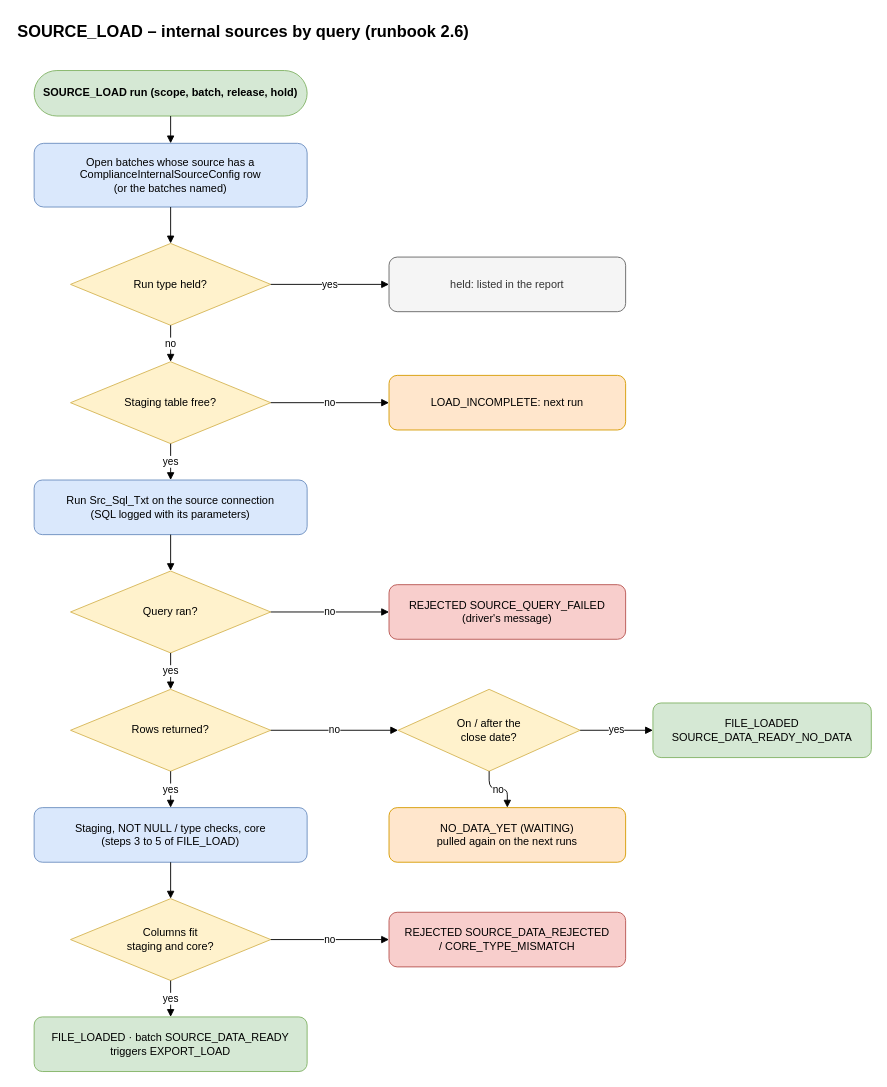
trinathgundavaram/framework keeps this draw.io diagram as airflow_resources/docs/diagrams/pages/07_source_load.drawio. Above is the earlier version. Source tidied: cells renumbered, new cells numbered last; positions are measured from the earlier drawing's top-left corner, leaving out a move shared by most shapes. Both pictures are drawn from the tidied source at 91%, with x=0, y=0 at pixel (15, 15).
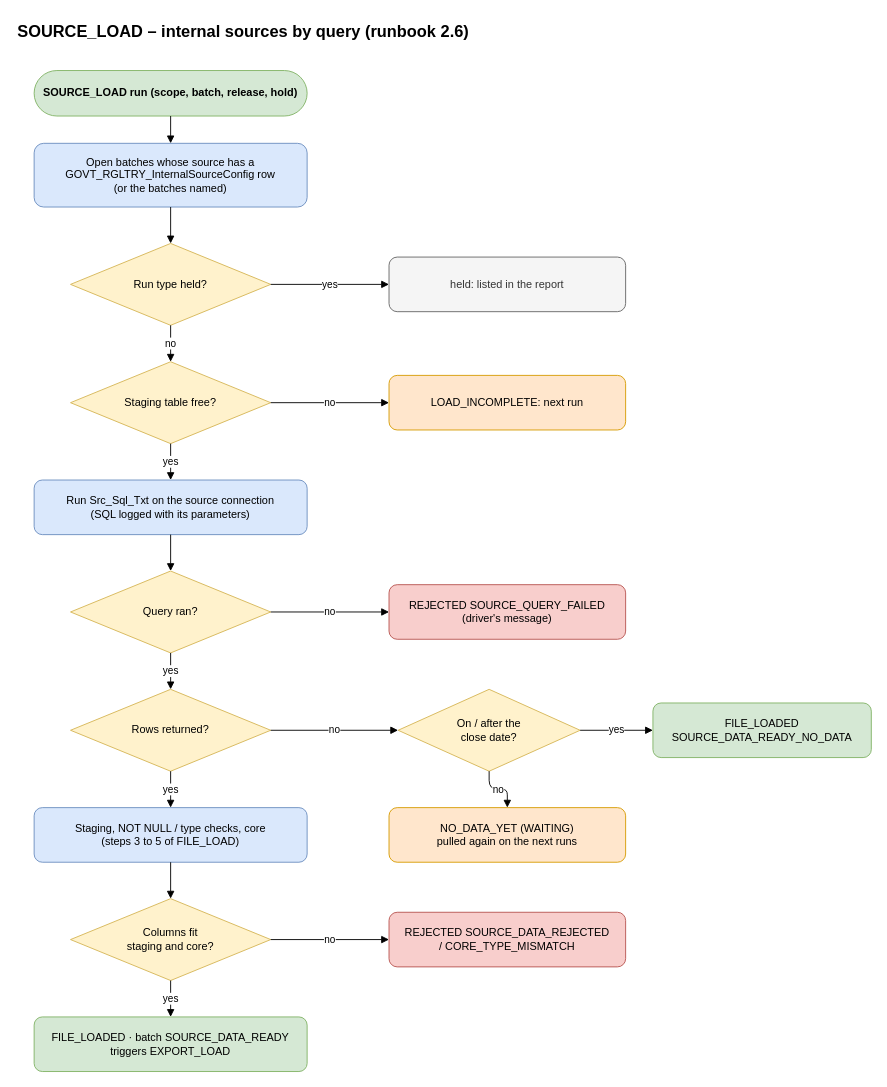
After the change.

The edit, as a diff of the source:
```diff
@@
-    <mxCell id="4" value="Open batches whose source has a&lt;br&gt;ComplianceInternalSourceConfig row&lt;br&gt;(or the batches named)" style="rounded=1;whiteSpace=wrap;html=1;fillColor=#dae8fc;strokeColor=#6c8ebf;" parent="1" vertex="1">
+    <mxCell id="4" value="Open batches whose source has a&lt;br&gt;GOVT_RGLTRY_InternalSourceConfig row&lt;br&gt;(or the batches named)" style="rounded=1;whiteSpace=wrap;html=1;fillColor=#dae8fc;strokeColor=#6c8ebf;" parent="1" vertex="1">
       <mxGeometry x="20" y="140" width="300" height="70" as="geometry" />
     </mxCell>
```
